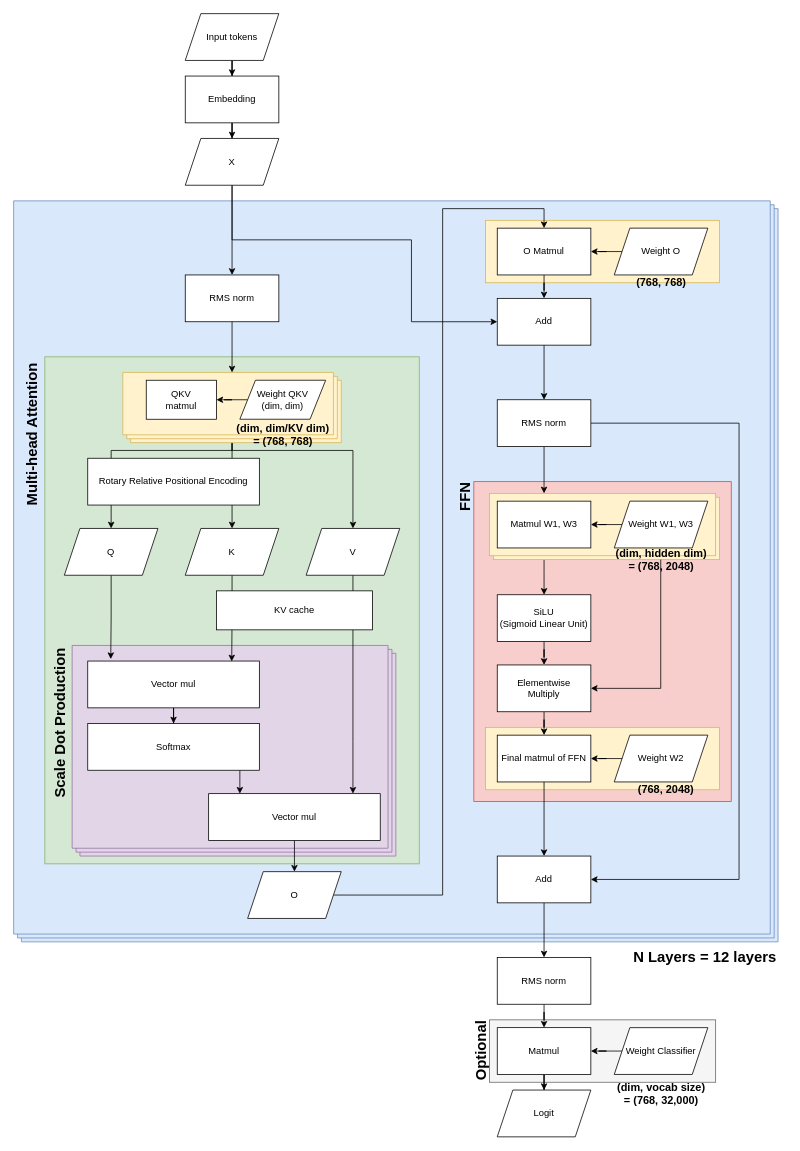
Earlier version of the draw.io diagram page "Page-1" (1 of 2) of llama2.c.drawio (yw9865/drawio). Source tidied: cells renumbered, new cells numbered last; positions are measured from the earlier drawing's top-left corner, leaving out a move shared by most shapes. Both pictures are drawn from the tidied source at 78%, with x=0, y=0 at pixel (-49, 13).
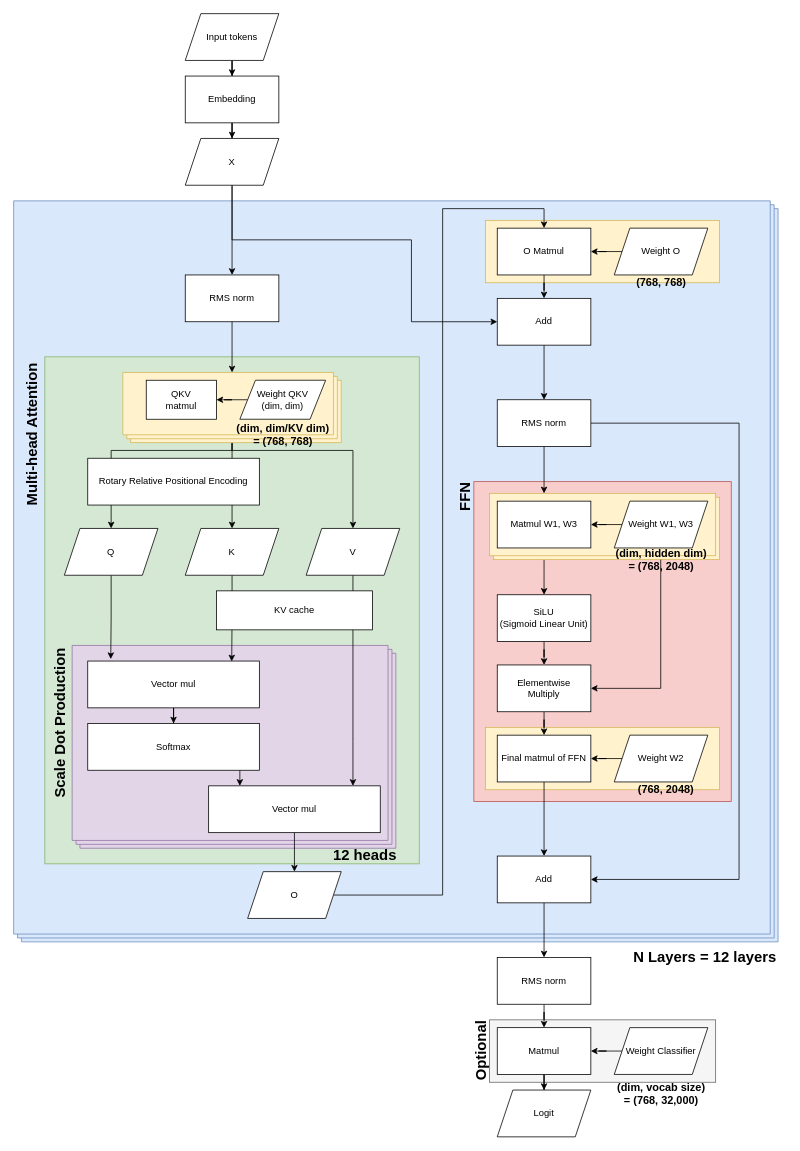
The same page after the edit.

Commit message:
llama2.c: Add heads

The change refers to these unchanged cells:
```xml
<mxCell id="39" value="Softmax" style="whiteSpace=wrap;html=1;" parent="1" vertex="1">
  <mxGeometry x="175" y="910" width="220" height="60" as="geometry" />
</mxCell>
```

The edit, as a diff of the source:
```diff
@@
     <mxCell id="12" style="verticalLabelPosition=bottom;verticalAlign=top;html=1;shape=mxgraph.basic.layered_rect;dx=10;whiteSpace=wrap;fillColor=#e1d5e7;strokeColor=#9673a6;" parent="1" vertex="1">
-      <mxGeometry x="155" y="810" width="415" height="270" as="geometry" />
+      <mxGeometry x="155" y="810" width="415" height="260" as="geometry" />
     </mxCell>
@@
     <mxCell id="37" value="Vector mul" style="whiteSpace=wrap;html=1;" parent="1" vertex="1">
-      <mxGeometry x="330" y="1000" width="220" height="60" as="geometry" />
+      <mxGeometry x="330" y="990" width="220" height="60" as="geometry" />
     </mxCell>
     <mxCell id="38" style="edgeStyle=orthogonalEdgeStyle;rounded=0;jettySize=auto;html=1;" parent="1" edge="1" source="39" target="37">
       <mxGeometry relative="1" as="geometry">
         <Array as="points">
-          <mxPoint x="370" y="990" />
-          <mxPoint x="370" y="990" />
+          <mxPoint x="370" y="980" />
+          <mxPoint x="370" y="980" />
         </Array>
       </mxGeometry>
     </mxCell>
@@
+    <mxCell id="84" value="&lt;span style=&quot;font-size: 19px;&quot;&gt;&lt;b&gt;12 heads&lt;/b&gt;&lt;/span&gt;" style="text;html=1;align=center;verticalAlign=middle;strokeColor=none;fillColor=none;" parent="1" vertex="1">
+      <mxGeometry x="480" y="1060" width="100" height="40" as="geometry" />
+    </mxCell>
```
